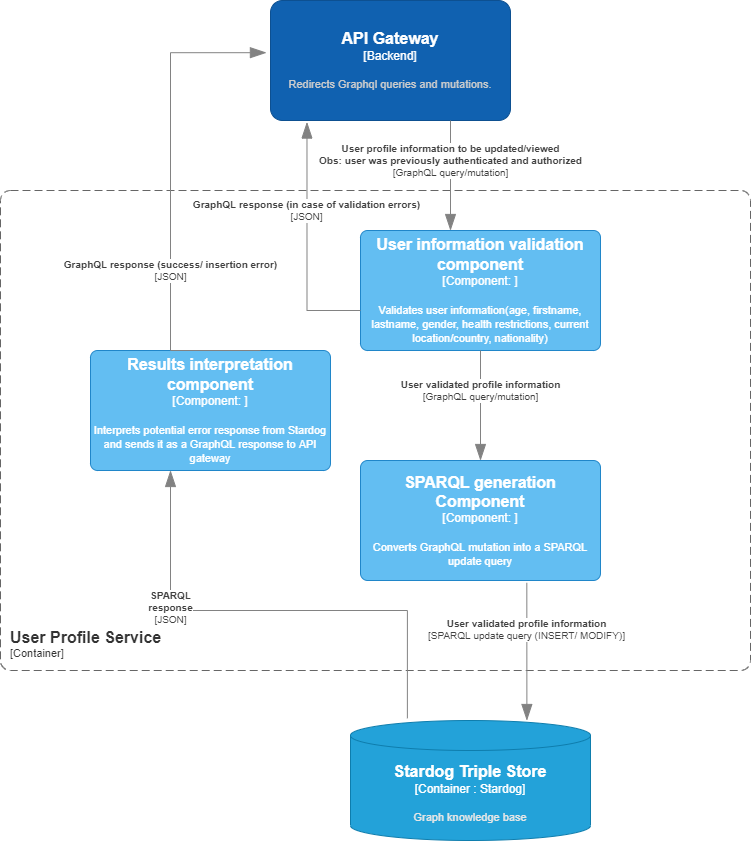
This is final-deliverables/diagrams/c32/c32_user_profile.png from Elaech/Wade-BeM, a draw.io export, as it was before one commit. Source tidied: cells renumbered, new cells last; positions are measured from the earlier drawing's top-left corner, leaving out a move shared by most shapes. The source it was exported from:
```xml
<mxGraphModel>
  <root>
    <mxCell id="0" />
    <mxCell id="1" parent="0" />
    <object id="2" label="&lt;font style=&quot;font-size: 16px&quot;&gt;&lt;b&gt;&lt;div style=&quot;text-align: left&quot;&gt;%c4Name%&lt;/div&gt;&lt;/b&gt;&lt;/font&gt;&lt;div style=&quot;text-align: left&quot;&gt;[%c4Application%]&lt;/div&gt;" c4Application="Container" c4Name="User Profile Service" c4Type="ContainerScopeBoundary" placeholders="1">
      <mxCell style="rounded=1;fontSize=11;whiteSpace=wrap;html=1;dashed=1;arcSize=20;fillColor=none;strokeColor=#666666;fontColor=#333333;labelBackgroundColor=none;align=left;verticalAlign=bottom;labelBorderColor=none;spacingTop=0;spacing=10;dashPattern=8 4;perimeter=rectanglePerimeter;noLabel=0;labelPadding=0;absoluteArcSize=1;" parent="1" vertex="1">
        <mxGeometry y="190" width="750" height="480" as="geometry" />
      </mxCell>
    </object>
    <object id="3" label="&lt;font style=&quot;font-size: 16px&quot;&gt;&lt;b&gt;%c4Type%&lt;/font&gt;&lt;div&gt;[%c4Container%:&amp;nbsp;%c4Technology%]&lt;/div&gt;&lt;br&gt;&lt;div&gt;&lt;font style=&quot;font-size: 11px&quot;&gt;&lt;font color=&quot;#E6E6E6&quot;&gt;%c4Description%&lt;/font&gt;&lt;/div&gt;" c4Container="Container " c4Description="Graph knowledge base" c4Technology="Stardog" c4Type="Stardog Triple Store" placeholders="1">
      <mxCell style="shape=cylinder3;size=15;whiteSpace=wrap;html=1;boundedLbl=1;rounded=0;labelBackgroundColor=none;fillColor=#23A2D9;fontSize=12;fontColor=#ffffff;align=center;strokeColor=#0E7DAD;points=[[0.5,0,0],[1,0.25,0],[1,0.5,0],[1,0.75,0],[0.5,1,0],[0,0.75,0],[0,0.5,0],[0,0.25,0]];" parent="1" vertex="1">
        <mxGeometry x="350" y="720" width="240" height="120" as="geometry" />
      </mxCell>
    </object>
    <object id="4" label="&lt;font style=&quot;font-size: 16px&quot;&gt;&lt;b&gt;%c4Name%&lt;/b&gt;&lt;/font&gt;&lt;div&gt;[%c4Type%]&lt;/div&gt;&lt;br&gt;&lt;div&gt;&lt;font style=&quot;font-size: 11px&quot;&gt;&lt;font color=&quot;#cccccc&quot;&gt;%c4Description%&lt;/font&gt;&lt;/div&gt;" c4Description="Redirects Graphql queries and mutations." c4Name="API Gateway" c4Type="Backend" placeholders="1">
      <mxCell style="rounded=1;whiteSpace=wrap;html=1;labelBackgroundColor=none;fillColor=#1061B0;fontColor=#ffffff;align=center;arcSize=10;strokeColor=#0D5091;points=[[0.25,0,0],[0.5,0,0],[0.75,0,0],[1,0.25,0],[1,0.5,0],[1,0.75,0],[0.75,1,0],[0.5,1,0],[0.25,1,0],[0,0.75,0],[0,0.5,0],[0,0.25,0]];" parent="1" vertex="1">
        <mxGeometry x="270" width="240" height="120" as="geometry" />
      </mxCell>
    </object>
    <object id="5" label="&lt;div style=&quot;text-align: left&quot;&gt;&lt;div style=&quot;text-align: center&quot;&gt;&lt;b&gt;%c4Description%&lt;/b&gt;&lt;/div&gt;&lt;div style=&quot;text-align: center&quot;&gt;[%c4Technology%]&lt;/div&gt;&lt;/div&gt;" c4Description="User profile information to be updated/viewed&#10;Obs: user was previously authenticated and authorized" c4Technology="GraphQL query/mutation" c4Type="Relationship" placeholders="1">
      <mxCell style="endArrow=blockThin;html=1;fontSize=10;fontColor=#404040;strokeWidth=1;endFill=1;strokeColor=#828282;elbow=vertical;endSize=14;startSize=14;jumpStyle=arc;jumpSize=16;rounded=0;edgeStyle=orthogonalEdgeStyle;exitX=0.75;exitY=1;exitDx=0;exitDy=0;exitPerimeter=0;" parent="1" edge="1" source="4">
        <mxGeometry x="-0.27" relative="1" as="geometry">
          <mxPoint x="450" y="230" as="targetPoint" />
        </mxGeometry>
      </mxCell>
    </object>
    <object id="6" label="&lt;font style=&quot;font-size: 16px&quot;&gt;&lt;b&gt;%c4Name%&lt;/b&gt;&lt;/font&gt;&lt;div&gt;[%c4Type%: %c4Technology%]&lt;/div&gt;&lt;br&gt;&lt;div&gt;&lt;font style=&quot;font-size: 11px&quot;&gt;%c4Description%&lt;/font&gt;&lt;/div&gt;" c4Description="Validates user information(age, firstname, lastname, gender, health restrictions, current location/country, nationality)" c4Name="User information validation component" c4Technology="" c4Type="Component" placeholders="1">
      <mxCell style="rounded=1;whiteSpace=wrap;html=1;labelBackgroundColor=none;fillColor=#63BEF2;fontColor=#ffffff;align=center;arcSize=6;strokeColor=#2086C9;points=[[0.25,0,0],[0.5,0,0],[0.75,0,0],[1,0.25,0],[1,0.5,0],[1,0.75,0],[0.75,1,0],[0.5,1,0],[0.25,1,0],[0,0.75,0],[0,0.5,0],[0,0.25,0]];" parent="1" vertex="1">
        <mxGeometry x="360" y="230" width="240" height="120" as="geometry" />
      </mxCell>
    </object>
    <object id="7" label="&lt;div style=&quot;text-align: left&quot;&gt;&lt;div style=&quot;text-align: center&quot;&gt;&lt;b&gt;%c4Description%&lt;/b&gt;&lt;/div&gt;&lt;div style=&quot;text-align: center&quot;&gt;[%c4Technology%]&lt;/div&gt;&lt;/div&gt;" c4Description="GraphQL response (in case of validation errors) " c4Technology="JSON" c4Type="Relationship" placeholders="1">
      <mxCell style="endArrow=blockThin;html=1;fontSize=10;fontColor=#404040;strokeWidth=1;endFill=1;strokeColor=#828282;elbow=vertical;endSize=14;startSize=14;jumpStyle=arc;jumpSize=16;rounded=0;edgeStyle=orthogonalEdgeStyle;entryX=0.152;entryY=1.013;entryDx=0;entryDy=0;entryPerimeter=0;" parent="1" edge="1" target="4">
        <mxGeometry x="0.27" relative="1" as="geometry">
          <mxPoint x="360" y="310" as="sourcePoint" />
          <Array as="points">
            <mxPoint x="306" y="310" />
          </Array>
          <mxPoint y="-1" as="offset" />
        </mxGeometry>
      </mxCell>
    </object>
    <object id="8" label="&lt;font style=&quot;font-size: 16px&quot;&gt;&lt;b&gt;%c4Name%&lt;/b&gt;&lt;/font&gt;&lt;div&gt;[%c4Type%: %c4Technology%]&lt;/div&gt;&lt;br&gt;&lt;div&gt;&lt;font style=&quot;font-size: 11px&quot;&gt;%c4Description%&lt;/font&gt;&lt;/div&gt;" c4Description="Converts GraphQL mutation into a SPARQL update query" c4Name="SPARQL generation Component" c4Technology="" c4Type="Component" placeholders="1">
      <mxCell style="rounded=1;whiteSpace=wrap;html=1;labelBackgroundColor=none;fillColor=#63BEF2;fontColor=#ffffff;align=center;arcSize=6;strokeColor=#2086C9;points=[[0.25,0,0],[0.5,0,0],[0.75,0,0],[1,0.25,0],[1,0.5,0],[1,0.75,0],[0.75,1,0],[0.5,1,0],[0.25,1,0],[0,0.75,0],[0,0.5,0],[0,0.25,0]];" parent="1" vertex="1">
        <mxGeometry x="360" y="460" width="240" height="120" as="geometry" />
      </mxCell>
    </object>
    <object id="9" label="&lt;div style=&quot;text-align: left&quot;&gt;&lt;div style=&quot;text-align: center&quot;&gt;&lt;b&gt;%c4Description%&lt;/b&gt;&lt;/div&gt;&lt;div style=&quot;text-align: center&quot;&gt;[%c4Technology%]&lt;/div&gt;&lt;/div&gt;" c4Description="User validated profile information" c4Technology="GraphQL query/mutation" c4Type="Relationship" placeholders="1">
      <mxCell style="endArrow=blockThin;html=1;fontSize=10;fontColor=#404040;strokeWidth=1;endFill=1;strokeColor=#828282;elbow=vertical;endSize=14;startSize=14;jumpStyle=arc;jumpSize=16;rounded=0;edgeStyle=orthogonalEdgeStyle;" parent="1" edge="1" source="6">
        <mxGeometry x="-0.27" relative="1" as="geometry">
          <mxPoint x="480" y="460" as="targetPoint" />
          <Array as="points">
            <mxPoint x="480" y="460" />
          </Array>
        </mxGeometry>
      </mxCell>
    </object>
    <object id="10" label="&lt;div style=&quot;text-align: left&quot;&gt;&lt;div style=&quot;text-align: center&quot;&gt;&lt;b&gt;%c4Description%&lt;/b&gt;&lt;/div&gt;&lt;div style=&quot;text-align: center&quot;&gt;[%c4Technology%]&lt;/div&gt;&lt;/div&gt;" c4Description="User validated profile information" c4Technology="SPARQL update query (INSERT/ MODIFY)" c4Type="Relationship" placeholders="1">
      <mxCell style="endArrow=blockThin;html=1;fontSize=10;fontColor=#404040;strokeWidth=1;endFill=1;strokeColor=#828282;elbow=vertical;endSize=14;startSize=14;jumpStyle=arc;jumpSize=16;rounded=0;edgeStyle=orthogonalEdgeStyle;exitX=0.693;exitY=1.019;exitDx=0;exitDy=0;exitPerimeter=0;entryX=0.735;entryY=0;entryDx=0;entryDy=0;entryPerimeter=0;" parent="1" edge="1" source="8" target="3">
        <mxGeometry x="-0.31" relative="1" as="geometry">
          <mxPoint y="-1" as="offset" />
        </mxGeometry>
      </mxCell>
    </object>
    <object id="11" label="&lt;font style=&quot;font-size: 16px&quot;&gt;&lt;b&gt;%c4Name%&lt;/b&gt;&lt;/font&gt;&lt;div&gt;[%c4Type%: %c4Technology%]&lt;/div&gt;&lt;br&gt;&lt;div&gt;&lt;font style=&quot;font-size: 11px&quot;&gt;%c4Description%&lt;/font&gt;&lt;/div&gt;" c4Description="Interprets potential error response from Stardog and sends it as a GraphQL response to API gateway " c4Name="Results interpretation component" c4Technology="" c4Type="Component" placeholders="1">
      <mxCell style="rounded=1;whiteSpace=wrap;html=1;labelBackgroundColor=none;fillColor=#63BEF2;fontColor=#ffffff;align=center;arcSize=6;strokeColor=#2086C9;" parent="1" vertex="1">
        <mxGeometry x="90" y="350" width="240" height="120" as="geometry" />
      </mxCell>
    </object>
    <object id="12" label="&lt;div style=&quot;text-align: left&quot;&gt;&lt;div style=&quot;text-align: center&quot;&gt;&lt;b&gt;%c4Description%&lt;/b&gt;&lt;/div&gt;&lt;div style=&quot;text-align: center&quot;&gt;[%c4Technology%]&lt;/div&gt;&lt;/div&gt;" c4Description="SPARQL&#10; response" c4Technology="JSON" c4Type="Relationship" placeholders="1">
      <mxCell style="endArrow=blockThin;html=1;fontSize=10;fontColor=#404040;strokeWidth=1;endFill=1;strokeColor=#828282;elbow=vertical;endSize=14;startSize=14;jumpStyle=arc;jumpSize=16;rounded=0;edgeStyle=orthogonalEdgeStyle;exitX=0.237;exitY=-0.018;exitDx=0;exitDy=0;exitPerimeter=0;" parent="1" edge="1" source="3">
        <mxGeometry x="0.44" relative="1" as="geometry">
          <mxPoint x="170" y="470" as="targetPoint" />
          <Array as="points">
            <mxPoint x="407" y="610" />
            <mxPoint x="170" y="610" />
          </Array>
        </mxGeometry>
      </mxCell>
    </object>
    <object id="13" label="&lt;div style=&quot;text-align: left&quot;&gt;&lt;div style=&quot;text-align: center&quot;&gt;&lt;b&gt;%c4Description%&lt;/b&gt;&lt;/div&gt;&lt;div style=&quot;text-align: center&quot;&gt;[%c4Technology%]&lt;/div&gt;&lt;/div&gt;" c4Description="GraphQL response (success/ insertion error)" c4Technology="JSON" c4Type="Relationship" placeholders="1">
      <mxCell style="endArrow=blockThin;html=1;fontSize=10;fontColor=#404040;strokeWidth=1;endFill=1;strokeColor=#828282;elbow=vertical;endSize=14;startSize=14;jumpStyle=arc;jumpSize=16;rounded=0;edgeStyle=orthogonalEdgeStyle;entryX=-0.017;entryY=0.435;entryDx=0;entryDy=0;entryPerimeter=0;" parent="1" edge="1" target="4">
        <mxGeometry x="-0.3" relative="1" as="geometry">
          <mxPoint x="260" y="350" as="sourcePoint" />
          <Array as="points">
            <mxPoint x="170" y="350" />
            <mxPoint x="170" y="52" />
          </Array>
        </mxGeometry>
      </mxCell>
    </object>
  </root>
</mxGraphModel>
```
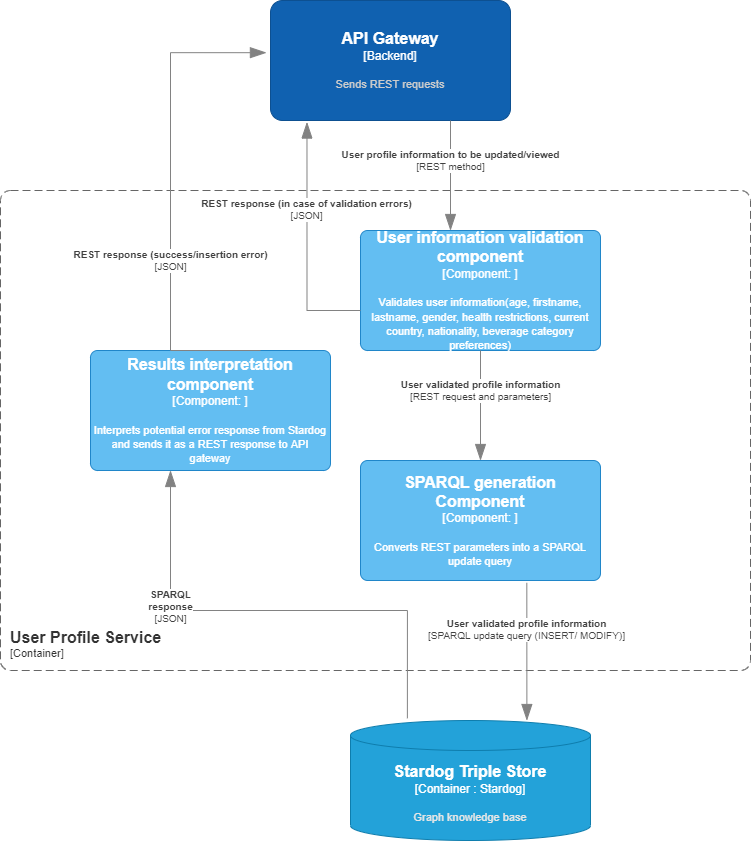
Above is the later version.

Change to the diagram source:
```diff
@@ -12,24 +12,24 @@
         <mxGeometry x="350" y="720" width="240" height="120" as="geometry" />
       </mxCell>
     </object>
-    <object id="4" label="&lt;font style=&quot;font-size: 16px&quot;&gt;&lt;b&gt;%c4Name%&lt;/b&gt;&lt;/font&gt;&lt;div&gt;[%c4Type%]&lt;/div&gt;&lt;br&gt;&lt;div&gt;&lt;font style=&quot;font-size: 11px&quot;&gt;&lt;font color=&quot;#cccccc&quot;&gt;%c4Description%&lt;/font&gt;&lt;/div&gt;" c4Description="Redirects Graphql queries and mutations." c4Name="API Gateway" c4Type="Backend" placeholders="1">
+    <object id="4" label="&lt;font style=&quot;font-size: 16px&quot;&gt;&lt;b&gt;%c4Name%&lt;/b&gt;&lt;/font&gt;&lt;div&gt;[%c4Type%]&lt;/div&gt;&lt;br&gt;&lt;div&gt;&lt;font style=&quot;font-size: 11px&quot;&gt;&lt;font color=&quot;#cccccc&quot;&gt;%c4Description%&lt;/font&gt;&lt;/div&gt;" c4Description="Sends REST requests" c4Name="API Gateway" c4Type="Backend" placeholders="1">
       <mxCell style="rounded=1;whiteSpace=wrap;html=1;labelBackgroundColor=none;fillColor=#1061B0;fontColor=#ffffff;align=center;arcSize=10;strokeColor=#0D5091;points=[[0.25,0,0],[0.5,0,0],[0.75,0,0],[1,0.25,0],[1,0.5,0],[1,0.75,0],[0.75,1,0],[0.5,1,0],[0.25,1,0],[0,0.75,0],[0,0.5,0],[0,0.25,0]];" parent="1" vertex="1">
         <mxGeometry x="270" width="240" height="120" as="geometry" />
       </mxCell>
     </object>
-    <object id="5" label="&lt;div style=&quot;text-align: left&quot;&gt;&lt;div style=&quot;text-align: center&quot;&gt;&lt;b&gt;%c4Description%&lt;/b&gt;&lt;/div&gt;&lt;div style=&quot;text-align: center&quot;&gt;[%c4Technology%]&lt;/div&gt;&lt;/div&gt;" c4Description="User profile information to be updated/viewed&#10;Obs: user was previously authenticated and authorized" c4Technology="GraphQL query/mutation" c4Type="Relationship" placeholders="1">
+    <object id="5" label="&lt;div style=&quot;text-align: left&quot;&gt;&lt;div style=&quot;text-align: center&quot;&gt;&lt;b&gt;%c4Description%&lt;/b&gt;&lt;/div&gt;&lt;div style=&quot;text-align: center&quot;&gt;[%c4Technology%]&lt;/div&gt;&lt;/div&gt;" c4Description="User profile information to be updated/viewed" c4Technology="REST method" c4Type="Relationship" placeholders="1">
       <mxCell style="endArrow=blockThin;html=1;fontSize=10;fontColor=#404040;strokeWidth=1;endFill=1;strokeColor=#828282;elbow=vertical;endSize=14;startSize=14;jumpStyle=arc;jumpSize=16;rounded=0;edgeStyle=orthogonalEdgeStyle;exitX=0.75;exitY=1;exitDx=0;exitDy=0;exitPerimeter=0;" parent="1" edge="1" source="4">
         <mxGeometry x="-0.27" relative="1" as="geometry">
           <mxPoint x="450" y="230" as="targetPoint" />
         </mxGeometry>
       </mxCell>
     </object>
-    <object id="6" label="&lt;font style=&quot;font-size: 16px&quot;&gt;&lt;b&gt;%c4Name%&lt;/b&gt;&lt;/font&gt;&lt;div&gt;[%c4Type%: %c4Technology%]&lt;/div&gt;&lt;br&gt;&lt;div&gt;&lt;font style=&quot;font-size: 11px&quot;&gt;%c4Description%&lt;/font&gt;&lt;/div&gt;" c4Description="Validates user information(age, firstname, lastname, gender, health restrictions, current location/country, nationality)" c4Name="User information validation component" c4Technology="" c4Type="Component" placeholders="1">
+    <object id="6" label="&lt;font style=&quot;font-size: 16px&quot;&gt;&lt;b&gt;%c4Name%&lt;/b&gt;&lt;/font&gt;&lt;div&gt;[%c4Type%: %c4Technology%]&lt;/div&gt;&lt;br&gt;&lt;div&gt;&lt;font style=&quot;font-size: 11px&quot;&gt;%c4Description%&lt;/font&gt;&lt;/div&gt;" c4Description="Validates user information(age, firstname, lastname, gender, health restrictions, current country, nationality, beverage category preferences)" c4Name="User information validation component" c4Technology="" c4Type="Component" placeholders="1">
       <mxCell style="rounded=1;whiteSpace=wrap;html=1;labelBackgroundColor=none;fillColor=#63BEF2;fontColor=#ffffff;align=center;arcSize=6;strokeColor=#2086C9;points=[[0.25,0,0],[0.5,0,0],[0.75,0,0],[1,0.25,0],[1,0.5,0],[1,0.75,0],[0.75,1,0],[0.5,1,0],[0.25,1,0],[0,0.75,0],[0,0.5,0],[0,0.25,0]];" parent="1" vertex="1">
         <mxGeometry x="360" y="230" width="240" height="120" as="geometry" />
       </mxCell>
     </object>
-    <object id="7" label="&lt;div style=&quot;text-align: left&quot;&gt;&lt;div style=&quot;text-align: center&quot;&gt;&lt;b&gt;%c4Description%&lt;/b&gt;&lt;/div&gt;&lt;div style=&quot;text-align: center&quot;&gt;[%c4Technology%]&lt;/div&gt;&lt;/div&gt;" c4Description="GraphQL response (in case of validation errors) " c4Technology="JSON" c4Type="Relationship" placeholders="1">
+    <object id="7" label="&lt;div style=&quot;text-align: left&quot;&gt;&lt;div style=&quot;text-align: center&quot;&gt;&lt;b&gt;%c4Description%&lt;/b&gt;&lt;/div&gt;&lt;div style=&quot;text-align: center&quot;&gt;[%c4Technology%]&lt;/div&gt;&lt;/div&gt;" c4Description="REST response (in case of validation errors)" c4Technology="JSON" c4Type="Relationship" placeholders="1">
       <mxCell style="endArrow=blockThin;html=1;fontSize=10;fontColor=#404040;strokeWidth=1;endFill=1;strokeColor=#828282;elbow=vertical;endSize=14;startSize=14;jumpStyle=arc;jumpSize=16;rounded=0;edgeStyle=orthogonalEdgeStyle;entryX=0.152;entryY=1.013;entryDx=0;entryDy=0;entryPerimeter=0;" parent="1" edge="1" target="4">
         <mxGeometry x="0.27" relative="1" as="geometry">
           <mxPoint x="360" y="310" as="sourcePoint" />
@@ -40,12 +40,12 @@
         </mxGeometry>
       </mxCell>
     </object>
-    <object id="8" label="&lt;font style=&quot;font-size: 16px&quot;&gt;&lt;b&gt;%c4Name%&lt;/b&gt;&lt;/font&gt;&lt;div&gt;[%c4Type%: %c4Technology%]&lt;/div&gt;&lt;br&gt;&lt;div&gt;&lt;font style=&quot;font-size: 11px&quot;&gt;%c4Description%&lt;/font&gt;&lt;/div&gt;" c4Description="Converts GraphQL mutation into a SPARQL update query" c4Name="SPARQL generation Component" c4Technology="" c4Type="Component" placeholders="1">
+    <object id="8" label="&lt;font style=&quot;font-size: 16px&quot;&gt;&lt;b&gt;%c4Name%&lt;/b&gt;&lt;/font&gt;&lt;div&gt;[%c4Type%: %c4Technology%]&lt;/div&gt;&lt;br&gt;&lt;div&gt;&lt;font style=&quot;font-size: 11px&quot;&gt;%c4Description%&lt;/font&gt;&lt;/div&gt;" c4Description="Converts REST parameters into a SPARQL update query" c4Name="SPARQL generation Component" c4Technology="" c4Type="Component" placeholders="1">
       <mxCell style="rounded=1;whiteSpace=wrap;html=1;labelBackgroundColor=none;fillColor=#63BEF2;fontColor=#ffffff;align=center;arcSize=6;strokeColor=#2086C9;points=[[0.25,0,0],[0.5,0,0],[0.75,0,0],[1,0.25,0],[1,0.5,0],[1,0.75,0],[0.75,1,0],[0.5,1,0],[0.25,1,0],[0,0.75,0],[0,0.5,0],[0,0.25,0]];" parent="1" vertex="1">
         <mxGeometry x="360" y="460" width="240" height="120" as="geometry" />
       </mxCell>
     </object>
-    <object id="9" label="&lt;div style=&quot;text-align: left&quot;&gt;&lt;div style=&quot;text-align: center&quot;&gt;&lt;b&gt;%c4Description%&lt;/b&gt;&lt;/div&gt;&lt;div style=&quot;text-align: center&quot;&gt;[%c4Technology%]&lt;/div&gt;&lt;/div&gt;" c4Description="User validated profile information" c4Technology="GraphQL query/mutation" c4Type="Relationship" placeholders="1">
+    <object id="9" label="&lt;div style=&quot;text-align: left&quot;&gt;&lt;div style=&quot;text-align: center&quot;&gt;&lt;b&gt;%c4Description%&lt;/b&gt;&lt;/div&gt;&lt;div style=&quot;text-align: center&quot;&gt;[%c4Technology%]&lt;/div&gt;&lt;/div&gt;" c4Description="User validated profile information" c4Technology="REST request and parameters" c4Type="Relationship" placeholders="1">
       <mxCell style="endArrow=blockThin;html=1;fontSize=10;fontColor=#404040;strokeWidth=1;endFill=1;strokeColor=#828282;elbow=vertical;endSize=14;startSize=14;jumpStyle=arc;jumpSize=16;rounded=0;edgeStyle=orthogonalEdgeStyle;" parent="1" edge="1" source="6">
         <mxGeometry x="-0.27" relative="1" as="geometry">
           <mxPoint x="480" y="460" as="targetPoint" />
@@ -62,7 +62,7 @@
         </mxGeometry>
       </mxCell>
     </object>
-    <object id="11" label="&lt;font style=&quot;font-size: 16px&quot;&gt;&lt;b&gt;%c4Name%&lt;/b&gt;&lt;/font&gt;&lt;div&gt;[%c4Type%: %c4Technology%]&lt;/div&gt;&lt;br&gt;&lt;div&gt;&lt;font style=&quot;font-size: 11px&quot;&gt;%c4Description%&lt;/font&gt;&lt;/div&gt;" c4Description="Interprets potential error response from Stardog and sends it as a GraphQL response to API gateway " c4Name="Results interpretation component" c4Technology="" c4Type="Component" placeholders="1">
+    <object id="11" label="&lt;font style=&quot;font-size: 16px&quot;&gt;&lt;b&gt;%c4Name%&lt;/b&gt;&lt;/font&gt;&lt;div&gt;[%c4Type%: %c4Technology%]&lt;/div&gt;&lt;br&gt;&lt;div&gt;&lt;font style=&quot;font-size: 11px&quot;&gt;%c4Description%&lt;/font&gt;&lt;/div&gt;" c4Description="Interprets potential error response from Stardog and sends it as a REST response to API gateway " c4Name="Results interpretation component" c4Technology="" c4Type="Component" placeholders="1">
       <mxCell style="rounded=1;whiteSpace=wrap;html=1;labelBackgroundColor=none;fillColor=#63BEF2;fontColor=#ffffff;align=center;arcSize=6;strokeColor=#2086C9;" parent="1" vertex="1">
         <mxGeometry x="90" y="350" width="240" height="120" as="geometry" />
       </mxCell>
@@ -78,9 +78,9 @@
         </mxGeometry>
       </mxCell>
     </object>
-    <object id="13" label="&lt;div style=&quot;text-align: left&quot;&gt;&lt;div style=&quot;text-align: center&quot;&gt;&lt;b&gt;%c4Description%&lt;/b&gt;&lt;/div&gt;&lt;div style=&quot;text-align: center&quot;&gt;[%c4Technology%]&lt;/div&gt;&lt;/div&gt;" c4Description="GraphQL response (success/ insertion error)" c4Technology="JSON" c4Type="Relationship" placeholders="1">
+    <object id="13" label="&lt;div style=&quot;text-align: left&quot;&gt;&lt;div style=&quot;text-align: center&quot;&gt;&lt;b&gt;%c4Description%&lt;/b&gt;&lt;/div&gt;&lt;div style=&quot;text-align: center&quot;&gt;[%c4Technology%]&lt;/div&gt;&lt;/div&gt;" c4Description="REST response (success/insertion error)" c4Technology="JSON" c4Type="Relationship" placeholders="1">
       <mxCell style="endArrow=blockThin;html=1;fontSize=10;fontColor=#404040;strokeWidth=1;endFill=1;strokeColor=#828282;elbow=vertical;endSize=14;startSize=14;jumpStyle=arc;jumpSize=16;rounded=0;edgeStyle=orthogonalEdgeStyle;entryX=-0.017;entryY=0.435;entryDx=0;entryDy=0;entryPerimeter=0;" parent="1" edge="1" target="4">
-        <mxGeometry x="-0.3" relative="1" as="geometry">
+        <mxGeometry x="-0.26" relative="1" as="geometry">
           <mxPoint x="260" y="350" as="sourcePoint" />
           <Array as="points">
             <mxPoint x="170" y="350" />
```
